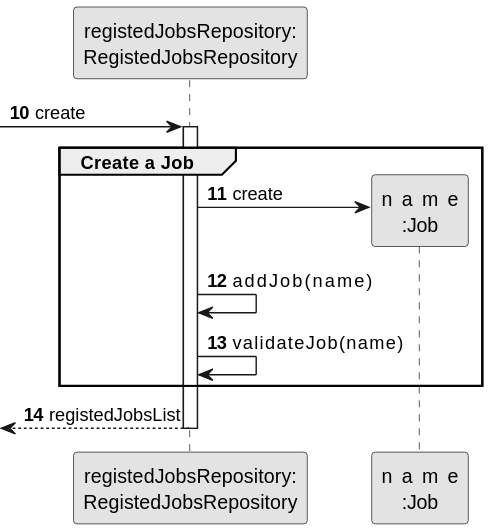
This is docs/sprint2/us002/03.design/svg/us002-sequence-diagram-partial-create-job.svg from 1231360-ISEP/lei-24-s2-1db-g021, a PlantUML export, as it was before one commit.
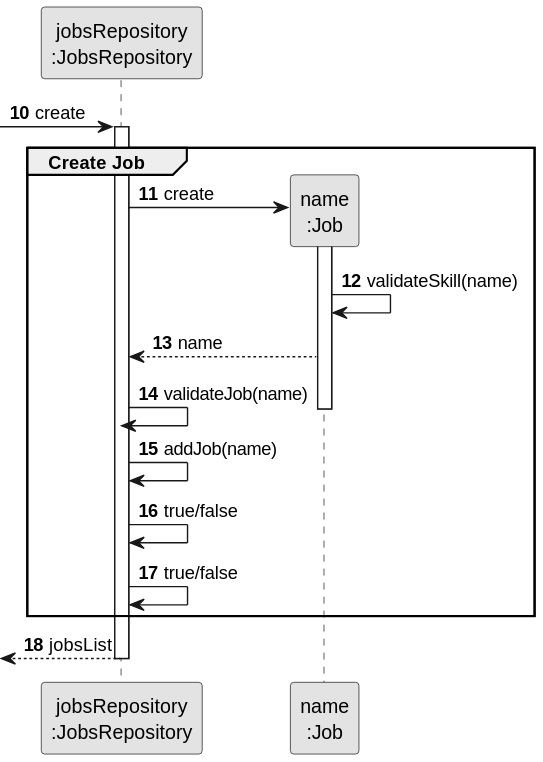
The same file after the commit.

Change to the diagram source:
```diff
@@ -3,23 +3,30 @@
 skinparam packageStyle rectangle
 skinparam shadowing false
 
-participant "registedJobsRepository:\nRegistedJobsRepository" as RegistedJobsRepository
-participant "jobName\n:Job" as PROFISSAO
+participant "jobsRepository\n:JobsRepository" as JobsRepository
+participant "name\n:Job" as PROFISSAO
 
 autonumber 10
--> RegistedJobsRepository: create
-activate RegistedJobsRepository
+-> JobsRepository: create
 
-    group Create a Job
+activate JobsRepository
+    group Create Job
 
-        RegistedJobsRepository -> PROFISSAO**: create
-        RegistedJobsRepository -> RegistedJobsRepository: addJob(jobName)
+        JobsRepository -> PROFISSAO**: create
+                activate PROFISSAO
 
-            RegistedJobsRepository -> RegistedJobsRepository: validateJob(jobName)
+                PROFISSAO -> PROFISSAO: validateSkill(name)
+
+                PROFISSAO --> JobsRepository : name
+                JobsRepository -> JobsRepository: validateJob(name)
+                deactivate PROFISSAO
+                JobsRepository -> JobsRepository: addJob(name)
+                JobsRepository -> JobsRepository: true/false
+                JobsRepository -> JobsRepository: true/false
 
     end
 
-    <-- RegistedJobsRepository : registedJobsList
+    <-- JobsRepository : jobsList
 
-deactivate RegistedJobsRepository
+deactivate JobsRepository
 @enduml
```
